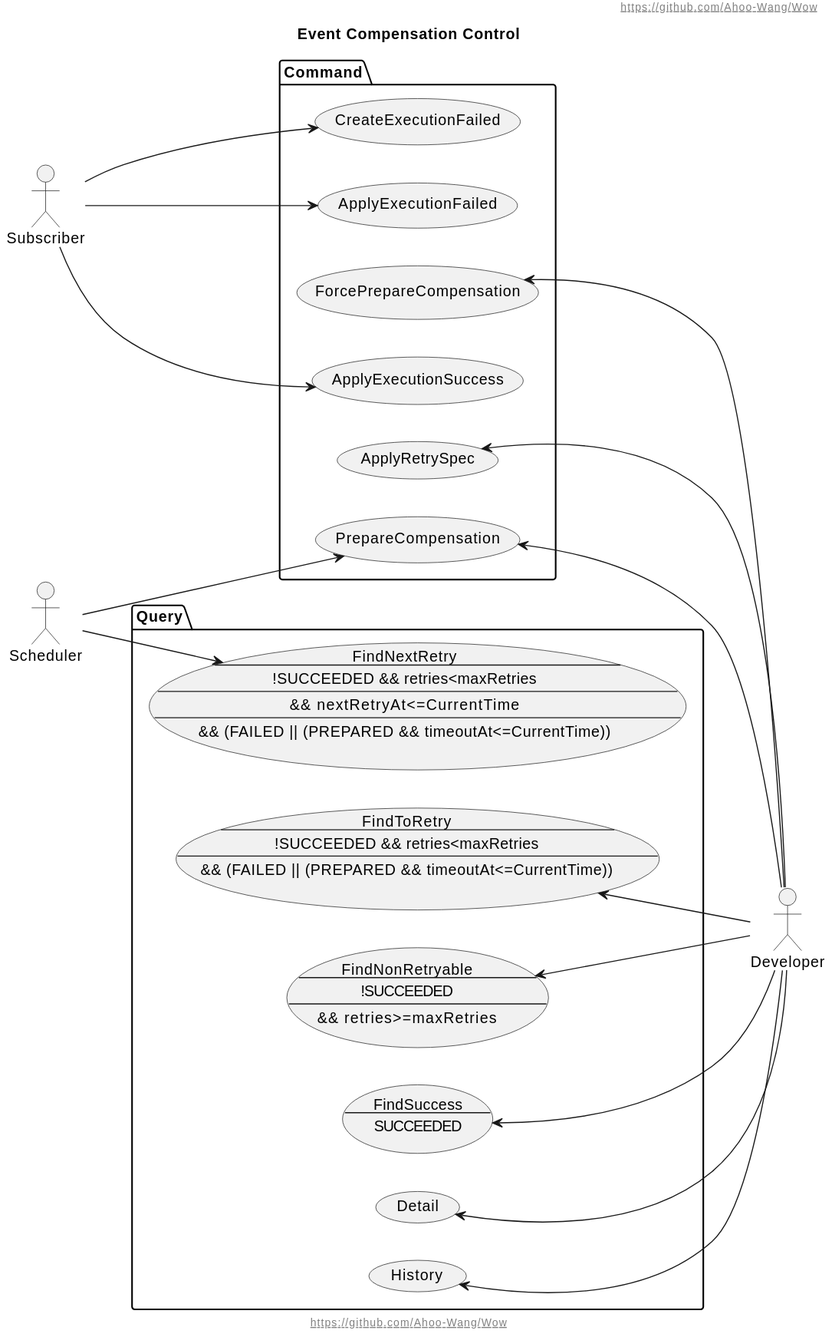
Above: document/design/assets/Event-Compensation-UserCase.svg in Ahoo-Wang/Wow (PlantUML), before the change.
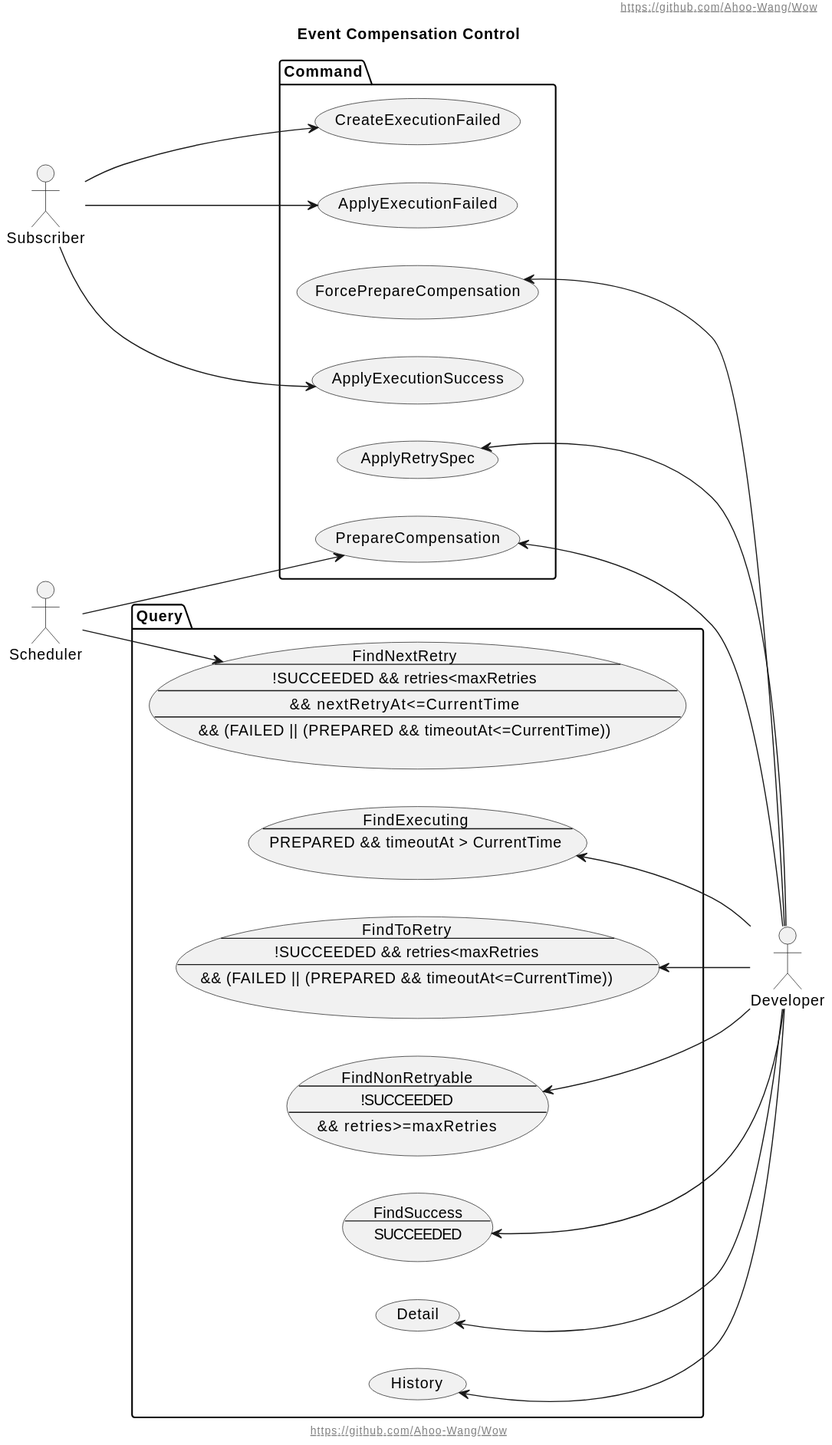
Later version of the same file.

Change to the diagram source:
```diff
@@ -18,6 +18,10 @@
     && nextRetryAt<=CurrentTime
     --
     && (FAILED || (PREPARED && timeoutAt<=CurrentTime))
+    "
+    usecase FindExecuting as "FindExecuting
+    --
+    PREPARED && timeoutAt > CurrentTime
     "
     usecase FindToRetry as "FindToRetry
     --
@@ -53,6 +57,7 @@
 Scheduler --> PrepareCompensation
 
 FindToRetry <-- Developer
+FindExecuting <-- Developer
 PrepareCompensation <-- Developer
 ForcePrepareCompensation <-- Developer
 ApplyRetrySpec <-- Developer
```
